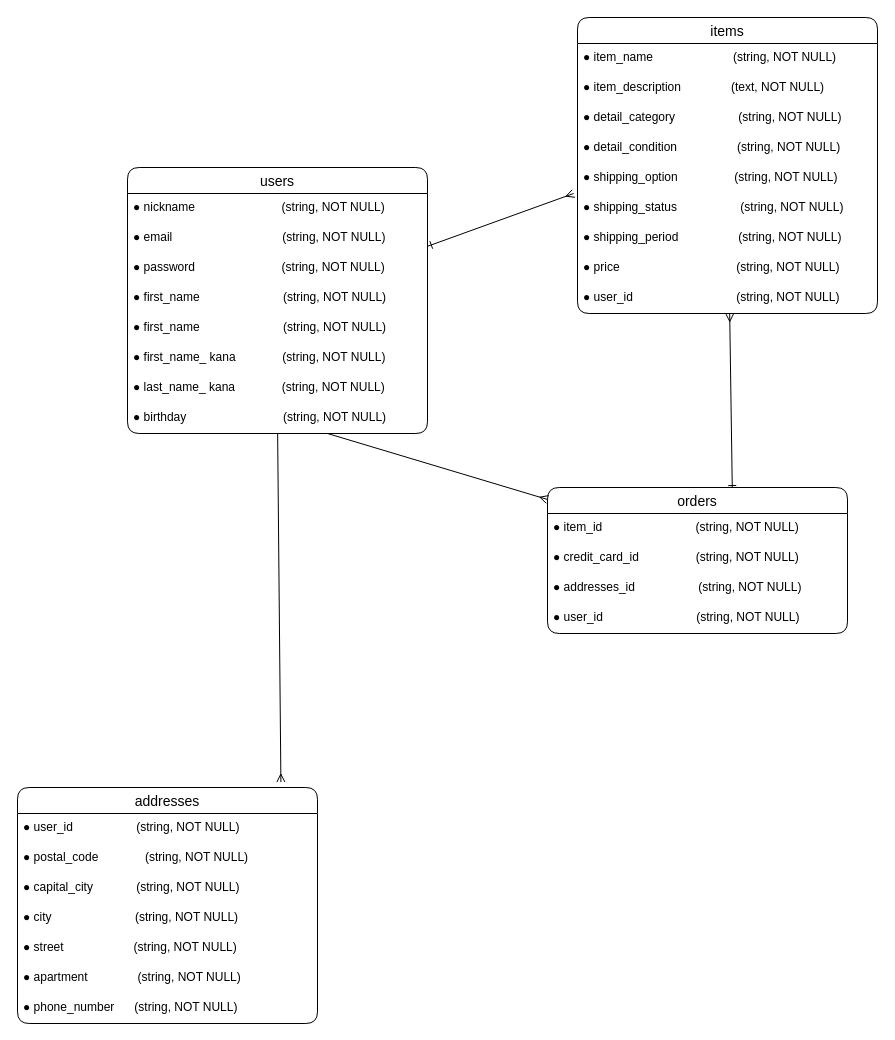
Earlier version of the draw.io diagram page "ER DIAGRAM" (1 of 2) of test.dio (rarapurpose/furima-39176). Source tidied: cells renumbered, new cells numbered last; positions are measured from the earlier drawing's top-left corner, leaving out a move shared by most shapes. Both pictures are drawn from the tidied source at 100%, with x=0, y=0 at pixel (17, 17).
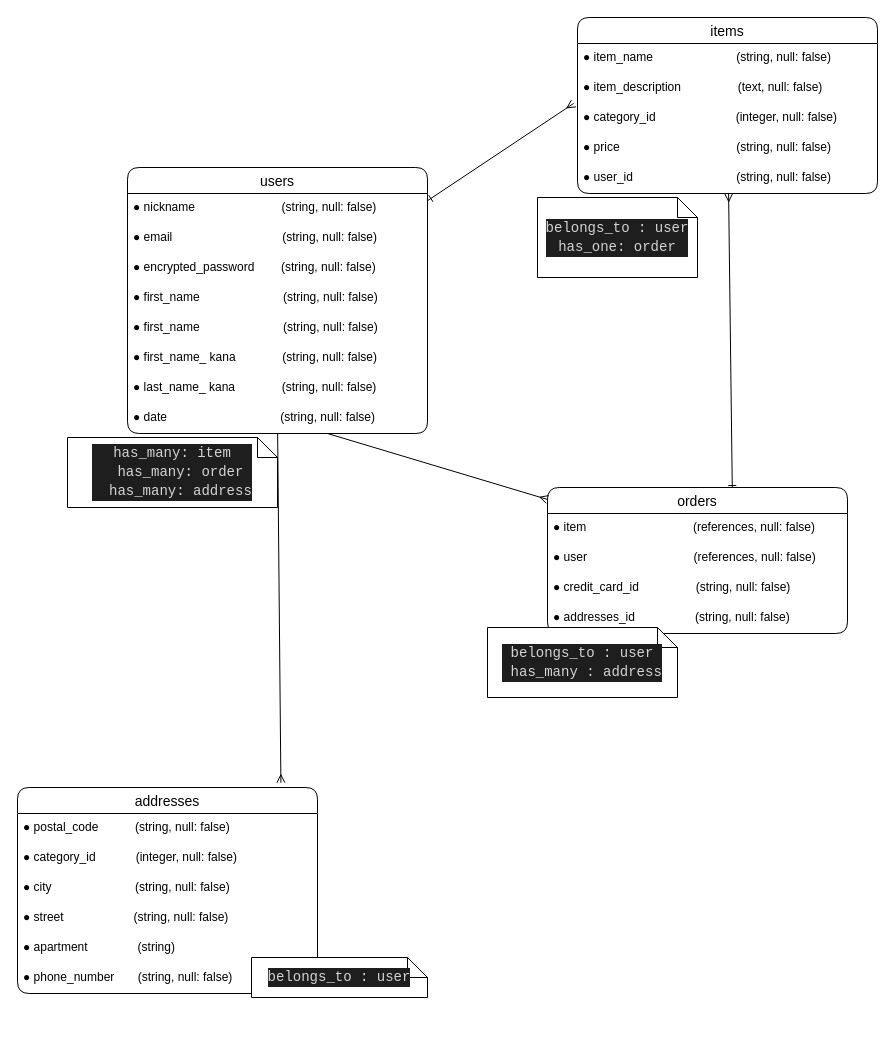
After the change.

The change refers to these unchanged cells:
```xml
<mxCell id="3" value="users" style="swimlane;fontStyle=0;horizontal=1;startSize=26;align=center;fontSize=14;rounded=1;strokeColor=default;" parent="1" vertex="1">
  <mxGeometry x="110" y="150" width="300" height="266" as="geometry" />
</mxCell>
<mxCell id="32" value="orders" style="swimlane;fontStyle=0;horizontal=1;startSize=26;align=center;fontSize=14;rounded=1;" parent="1" vertex="1">
  <mxGeometry x="530" y="470" width="300" height="146" as="geometry" />
</mxCell>
```

What changed in the source:
```diff
@@
-    <mxCell id="2" style="edgeStyle=none;html=1;entryX=-0.013;entryY=0;entryDx=0;entryDy=0;entryPerimeter=0;startArrow=ERone;startFill=0;endArrow=ERmany;endFill=0;" parent="1" edge="1" source="3" target="19">
-      <mxGeometry relative="1" as="geometry" />
+    <mxCell id="2" style="edgeStyle=none;html=1;entryX=-0.013;entryY=0;entryDx=0;entryDy=0;entryPerimeter=0;startArrow=ERone;startFill=0;endArrow=ERmany;endFill=0;" parent="1" edge="1" source="3">
+      <mxGeometry relative="1" as="geometry">
+        <mxPoint x="556.1" y="86" as="targetPoint" />
+      </mxGeometry>
     </mxCell>
@@
-    <mxCell id="4" value="● nickname                          (string, NOT NULL)" style="text;strokeColor=none;fillColor=none;spacingLeft=4;spacingRight=4;overflow=hidden;fontSize=12;rounded=1;" parent="3" vertex="1">
+    <mxCell id="4" value="● nickname                          (string, null: false)" style="text;strokeColor=none;fillColor=none;spacingLeft=4;spacingRight=4;overflow=hidden;fontSize=12;rounded=1;" parent="3" vertex="1">
       <mxGeometry y="26" width="300" height="30" as="geometry" />
     </mxCell>
-    <mxCell id="5" value="● email                                 (string, NOT NULL)" style="text;strokeColor=none;fillColor=none;spacingLeft=4;spacingRight=4;overflow=hidden;fontSize=12;rounded=1;" parent="3" vertex="1">
+    <mxCell id="5" value="● email                                 (string, null: false)" style="text;strokeColor=none;fillColor=none;spacingLeft=4;spacingRight=4;overflow=hidden;fontSize=12;rounded=1;" parent="3" vertex="1">
       <mxGeometry y="56" width="300" height="30" as="geometry" />
     </mxCell>
-    <mxCell id="6" value="● password                          (string, NOT NULL)" style="text;strokeColor=none;fillColor=none;spacingLeft=4;spacingRight=4;overflow=hidden;fontSize=12;rounded=1;" parent="3" vertex="1">
+    <mxCell id="6" value="● encrypted_password        (string, null: false)" style="text;strokeColor=none;fillColor=none;spacingLeft=4;spacingRight=4;overflow=hidden;fontSize=12;rounded=1;" parent="3" vertex="1">
       <mxGeometry y="86" width="300" height="30" as="geometry" />
     </mxCell>
-    <mxCell id="7" value="● first_name                         (string, NOT NULL)" style="text;strokeColor=none;fillColor=none;spacingLeft=4;spacingRight=4;overflow=hidden;fontSize=12;rounded=1;" parent="3" vertex="1">
+    <mxCell id="7" value="● first_name                         (string, null: false)" style="text;strokeColor=none;fillColor=none;spacingLeft=4;spacingRight=4;overflow=hidden;fontSize=12;rounded=1;" parent="3" vertex="1">
       <mxGeometry y="116" width="300" height="30" as="geometry" />
     </mxCell>
-    <mxCell id="8" value="● first_name                         (string, NOT NULL)" style="text;strokeColor=none;fillColor=none;spacingLeft=4;spacingRight=4;overflow=hidden;fontSize=12;rounded=1;" parent="3" vertex="1">
+    <mxCell id="8" value="● first_name                         (string, null: false)" style="text;strokeColor=none;fillColor=none;spacingLeft=4;spacingRight=4;overflow=hidden;fontSize=12;rounded=1;" parent="3" vertex="1">
       <mxGeometry y="146" width="300" height="30" as="geometry" />
     </mxCell>
-    <mxCell id="9" value="● first_name_ kana              (string, NOT NULL)" style="text;strokeColor=none;fillColor=none;spacingLeft=4;spacingRight=4;overflow=hidden;fontSize=12;rounded=1;" parent="3" vertex="1">
+    <mxCell id="9" value="● first_name_ kana              (string, null: false)" style="text;strokeColor=none;fillColor=none;spacingLeft=4;spacingRight=4;overflow=hidden;fontSize=12;rounded=1;" parent="3" vertex="1">
       <mxGeometry y="176" width="300" height="30" as="geometry" />
     </mxCell>
-    <mxCell id="10" value="● last_name_ kana              (string, NOT NULL)" style="text;strokeColor=none;fillColor=none;spacingLeft=4;spacingRight=4;overflow=hidden;fontSize=12;rounded=1;" parent="3" vertex="1">
+    <mxCell id="10" value="● last_name_ kana              (string, null: false)" style="text;strokeColor=none;fillColor=none;spacingLeft=4;spacingRight=4;overflow=hidden;fontSize=12;rounded=1;" parent="3" vertex="1">
       <mxGeometry y="206" width="300" height="30" as="geometry" />
     </mxCell>
-    <mxCell id="11" value="● birthday                             (string, NOT NULL)" style="text;strokeColor=none;fillColor=none;spacingLeft=4;spacingRight=4;overflow=hidden;points=[[0,0.5],[1,0.5]];portConstraint=eastwest;fontSize=12;rounded=1;" parent="3" vertex="1">
+    <mxCell id="11" value="● date                                  (string, null: false)" style="text;strokeColor=none;fillColor=none;spacingLeft=4;spacingRight=4;overflow=hidden;points=[[0,0.5],[1,0.5]];portConstraint=eastwest;fontSize=12;rounded=1;" parent="3" vertex="1">
       <mxGeometry y="236" width="300" height="30" as="geometry" />
     </mxCell>
@@
     <mxCell id="13" value="items" style="swimlane;fontStyle=0;horizontal=1;startSize=26;align=center;fontSize=14;rounded=1;" parent="1" vertex="1">
-      <mxGeometry x="560" width="300" height="296" as="geometry" />
+      <mxGeometry x="560" width="300" height="176" as="geometry" />
     </mxCell>
-    <mxCell id="14" value="● item_name                        (string, NOT NULL)" style="text;strokeColor=none;fillColor=none;spacingLeft=4;spacingRight=4;overflow=hidden;fontSize=12;rounded=1;" parent="13" vertex="1">
+    <mxCell id="14" value="● item_name                         (string, null: false)" style="text;strokeColor=none;fillColor=none;spacingLeft=4;spacingRight=4;overflow=hidden;fontSize=12;rounded=1;" parent="13" vertex="1">
       <mxGeometry y="26" width="300" height="30" as="geometry" />
     </mxCell>
-    <mxCell id="15" value="● item_description               (text, NOT NULL)" style="text;strokeColor=none;fillColor=none;spacingLeft=4;spacingRight=4;overflow=hidden;fontSize=12;rounded=1;" parent="13" vertex="1">
+    <mxCell id="15" value="● item_description                 (text, null: false)" style="text;strokeColor=none;fillColor=none;spacingLeft=4;spacingRight=4;overflow=hidden;fontSize=12;rounded=1;" parent="13" vertex="1">
       <mxGeometry y="56" width="300" height="30" as="geometry" />
     </mxCell>
-    <mxCell id="16" value="● detail_category                   (string, NOT NULL)" style="text;strokeColor=none;fillColor=none;spacingLeft=4;spacingRight=4;overflow=hidden;fontSize=12;rounded=1;" parent="13" vertex="1">
-      <mxGeometry y="86" width="300" height="30" as="geometry" />
-    </mxCell>
-    <mxCell id="17" value="● detail_condition                  (string, NOT NULL)" style="text;strokeColor=none;fillColor=none;spacingLeft=4;spacingRight=4;overflow=hidden;fontSize=12;rounded=1;" parent="13" vertex="1">
-      <mxGeometry y="116" width="300" height="30" as="geometry" />
-    </mxCell>
-    <mxCell id="18" value="● shipping_option                 (string, NOT NULL)" style="text;strokeColor=none;fillColor=none;spacingLeft=4;spacingRight=4;overflow=hidden;fontSize=12;rounded=1;" parent="13" vertex="1">
-      <mxGeometry y="146" width="300" height="30" as="geometry" />
-    </mxCell>
-    <mxCell id="19" value="● shipping_status                   (string, NOT NULL)" style="text;strokeColor=none;fillColor=none;spacingLeft=4;spacingRight=4;overflow=hidden;points=[[0,0.5],[1,0.5]];portConstraint=eastwest;fontSize=12;rounded=1;" parent="13" vertex="1">
-      <mxGeometry y="176" width="300" height="30" as="geometry" />
-    </mxCell>
-    <mxCell id="20" value="● shipping_period                  (string, NOT NULL)" style="text;strokeColor=none;fillColor=none;spacingLeft=4;spacingRight=4;overflow=hidden;fontSize=12;rounded=1;" parent="13" vertex="1">
-      <mxGeometry y="206" width="300" height="30" as="geometry" />
+    <mxCell id="20" value="● category_id                        (integer, null: false)" style="text;strokeColor=none;fillColor=none;spacingLeft=4;spacingRight=4;overflow=hidden;fontSize=12;rounded=1;" parent="13" vertex="1">
+      <mxGeometry y="86" width="300" height="30" as="geometry" />
     </mxCell>
-    <mxCell id="21" value="● price                                   (string, NOT NULL)" style="text;strokeColor=none;fillColor=none;spacingLeft=4;spacingRight=4;overflow=hidden;fontSize=12;rounded=1;" parent="13" vertex="1">
-      <mxGeometry y="236" width="300" height="30" as="geometry" />
+    <mxCell id="21" value="● price                                   (string, null: false)" style="text;strokeColor=none;fillColor=none;spacingLeft=4;spacingRight=4;overflow=hidden;fontSize=12;rounded=1;" parent="13" vertex="1">
+      <mxGeometry y="116" width="300" height="30" as="geometry" />
     </mxCell>
-    <mxCell id="22" value="● user_id                               (string, NOT NULL)" style="text;strokeColor=none;fillColor=none;spacingLeft=4;spacingRight=4;overflow=hidden;fontSize=12;" parent="13" vertex="1">
-      <mxGeometry y="266" width="300" height="30" as="geometry" />
+    <mxCell id="22" value="● user_id                               (string, null: false)" style="text;strokeColor=none;fillColor=none;spacingLeft=4;spacingRight=4;overflow=hidden;fontSize=12;" parent="13" vertex="1">
+      <mxGeometry y="146" width="300" height="30" as="geometry" />
     </mxCell>
     <mxCell id="23" value="addresses" style="swimlane;fontStyle=0;horizontal=1;startSize=26;align=center;fontSize=14;rounded=1;" parent="1" vertex="1">
-      <mxGeometry y="770" width="300" height="236" as="geometry" />
+      <mxGeometry y="770" width="300" height="206" as="geometry" />
     </mxCell>
-    <mxCell id="24" value="● user_id                   (string, NOT NULL)" style="text;strokeColor=none;fillColor=none;spacingLeft=4;spacingRight=4;overflow=hidden;fontSize=12;rounded=1;" parent="23" vertex="1">
-      <mxGeometry y="26" width="300" height="30" as="geometry" />
-    </mxCell>
-    <mxCell id="25" value="● postal_code              (string, NOT NULL)" style="text;strokeColor=none;fillColor=none;spacingLeft=4;spacingRight=4;overflow=hidden;fontSize=12;rounded=1;" parent="23" vertex="1">
-      <mxGeometry y="56" width="300" height="30" as="geometry" />
+    <mxCell id="25" value="● postal_code           (string, null: false)" style="text;strokeColor=none;fillColor=none;spacingLeft=4;spacingRight=4;overflow=hidden;fontSize=12;rounded=1;" parent="23" vertex="1">
+      <mxGeometry y="26" width="300" height="30" as="geometry" />
     </mxCell>
-    <mxCell id="26" value="● capital_city             (string, NOT NULL)" style="text;strokeColor=none;fillColor=none;spacingLeft=4;spacingRight=4;overflow=hidden;fontSize=12;rounded=1;" parent="23" vertex="1">
-      <mxGeometry y="86" width="300" height="30" as="geometry" />
+    <mxCell id="26" value="● category_id            (integer, null: false)" style="text;strokeColor=none;fillColor=none;spacingLeft=4;spacingRight=4;overflow=hidden;fontSize=12;rounded=1;" parent="23" vertex="1">
+      <mxGeometry y="56" width="300" height="30" as="geometry" />
     </mxCell>
-    <mxCell id="27" value="● city                         (string, NOT NULL)" style="text;strokeColor=none;fillColor=none;spacingLeft=4;spacingRight=4;overflow=hidden;fontSize=12;rounded=1;" parent="23" vertex="1">
-      <mxGeometry y="116" width="300" height="30" as="geometry" />
+    <mxCell id="27" value="● city                         (string, null: false)" style="text;strokeColor=none;fillColor=none;spacingLeft=4;spacingRight=4;overflow=hidden;fontSize=12;rounded=1;" parent="23" vertex="1">
+      <mxGeometry y="86" width="300" height="30" as="geometry" />
     </mxCell>
-    <mxCell id="28" value="● street                     (string, NOT NULL)" style="text;strokeColor=none;fillColor=none;spacingLeft=4;spacingRight=4;overflow=hidden;fontSize=12;rounded=1;" parent="23" vertex="1">
-      <mxGeometry y="146" width="300" height="30" as="geometry" />
+    <mxCell id="28" value="● street                     (string, null: false)" style="text;strokeColor=none;fillColor=none;spacingLeft=4;spacingRight=4;overflow=hidden;fontSize=12;rounded=1;" parent="23" vertex="1">
+      <mxGeometry y="116" width="300" height="30" as="geometry" />
     </mxCell>
-    <mxCell id="29" value="● apartment               (string, NOT NULL)" style="text;strokeColor=none;fillColor=none;spacingLeft=4;spacingRight=4;overflow=hidden;fontSize=12;rounded=1;" parent="23" vertex="1">
-      <mxGeometry y="176" width="300" height="30" as="geometry" />
+    <mxCell id="29" value="● apartment               (string)" style="text;strokeColor=none;fillColor=none;spacingLeft=4;spacingRight=4;overflow=hidden;fontSize=12;rounded=1;" parent="23" vertex="1">
+      <mxGeometry y="146" width="300" height="30" as="geometry" />
     </mxCell>
-    <mxCell id="30" value="● phone_number      (string, NOT NULL)" style="text;strokeColor=none;fillColor=none;spacingLeft=4;spacingRight=4;overflow=hidden;fontSize=12;rounded=1;" parent="23" vertex="1">
-      <mxGeometry y="206" width="300" height="30" as="geometry" />
+    <mxCell id="30" value="● phone_number       (string, null: false)" style="text;strokeColor=none;fillColor=none;spacingLeft=4;spacingRight=4;overflow=hidden;fontSize=12;rounded=1;" parent="23" vertex="1">
+      <mxGeometry y="176" width="300" height="30" as="geometry" />
     </mxCell>
@@
-    <mxCell id="33" value="● item_id                            (string, NOT NULL)" style="text;strokeColor=none;fillColor=none;spacingLeft=4;spacingRight=4;overflow=hidden;fontSize=12;rounded=1;" parent="32" vertex="1">
+    <mxCell id="33" value="● item                                (references, null: false)" style="text;strokeColor=none;fillColor=none;spacingLeft=4;spacingRight=4;overflow=hidden;fontSize=12;rounded=1;" parent="32" vertex="1">
       <mxGeometry y="26" width="300" height="30" as="geometry" />
     </mxCell>
+    <mxCell id="36" value="● user                                (references, null: false)" style="text;strokeColor=none;fillColor=none;spacingLeft=4;spacingRight=4;overflow=hidden;fontSize=12;" parent="32" vertex="1">
+      <mxGeometry y="56" width="300" height="30" as="geometry" />
+    </mxCell>
-    <mxCell id="34" value="● credit_card_id                 (string, NOT NULL)" style="text;strokeColor=none;fillColor=none;spacingLeft=4;spacingRight=4;overflow=hidden;fontSize=12;" parent="32" vertex="1">
-      <mxGeometry y="56" width="300" height="30" as="geometry" />
+    <mxCell id="34" value="● credit_card_id                 (string, null: false)" style="text;strokeColor=none;fillColor=none;spacingLeft=4;spacingRight=4;overflow=hidden;fontSize=12;" parent="32" vertex="1">
+      <mxGeometry y="86" width="300" height="30" as="geometry" />
     </mxCell>
-    <mxCell id="35" value="● addresses_id                   (string, NOT NULL)" style="text;strokeColor=none;fillColor=none;spacingLeft=4;spacingRight=4;overflow=hidden;fontSize=12;" parent="32" vertex="1">
-      <mxGeometry y="86" width="300" height="30" as="geometry" />
+    <mxCell id="35" value="● addresses_id                  (string, null: false)" style="text;strokeColor=none;fillColor=none;spacingLeft=4;spacingRight=4;overflow=hidden;fontSize=12;" parent="32" vertex="1">
+      <mxGeometry y="116" width="300" height="30" as="geometry" />
     </mxCell>
-    <mxCell id="36" value="● user_id                            (string, NOT NULL)" style="text;strokeColor=none;fillColor=none;spacingLeft=4;spacingRight=4;overflow=hidden;fontSize=12;" parent="32" vertex="1">
-      <mxGeometry y="116" width="300" height="30" as="geometry" />
-    </mxCell>
@@
+    <mxCell id="38" value="&lt;div style=&quot;color: rgb(212, 212, 212); background-color: rgb(30, 30, 30); font-family: Consolas, &amp;quot;Courier New&amp;quot;, monospace; font-size: 14px; line-height: 19px;&quot;&gt;belongs_to : user&lt;/div&gt;" style="shape=note;size=20;whiteSpace=wrap;html=1;" parent="1" vertex="1">
+      <mxGeometry x="234" y="940" width="176" height="40" as="geometry" />
+    </mxCell>
+    <mxCell id="39" value="&lt;div style=&quot;color: rgb(212, 212, 212); background-color: rgb(30, 30, 30); font-family: Consolas, &amp;quot;Courier New&amp;quot;, monospace; font-size: 14px; line-height: 19px;&quot;&gt;&lt;div&gt;has_many: item&lt;/div&gt;&lt;div&gt;&amp;nbsp;&amp;nbsp;has_many: order&lt;/div&gt;&lt;div&gt;&amp;nbsp;&amp;nbsp;has_many: address&lt;/div&gt;&lt;/div&gt;" style="shape=note;size=20;whiteSpace=wrap;html=1;" parent="1" vertex="1">
+      <mxGeometry x="50" y="420" width="210" height="70" as="geometry" />
+    </mxCell>
+    <mxCell id="40" value="&lt;div style=&quot;color: rgb(212, 212, 212); background-color: rgb(30, 30, 30); font-family: Consolas, &amp;quot;Courier New&amp;quot;, monospace; font-size: 14px; line-height: 19px;&quot;&gt;&lt;div&gt;belongs_to : user&lt;/div&gt;&lt;div&gt;&amp;nbsp;has_many : address&lt;/div&gt;&lt;/div&gt;" style="shape=note;size=20;whiteSpace=wrap;html=1;" parent="1" vertex="1">
+      <mxGeometry x="470" y="610" width="190" height="70" as="geometry" />
+    </mxCell>
+    <mxCell id="41" value="&lt;div style=&quot;color: rgb(212, 212, 212); background-color: rgb(30, 30, 30); font-family: Consolas, &amp;quot;Courier New&amp;quot;, monospace; font-size: 14px; line-height: 19px;&quot;&gt;&lt;div&gt;belongs_to : user&lt;/div&gt;&lt;div&gt;has_one: order&lt;/div&gt;&lt;/div&gt;" style="shape=note;size=20;whiteSpace=wrap;html=1;" parent="1" vertex="1">
+      <mxGeometry x="520" y="180" width="160" height="80" as="geometry" />
+    </mxCell>
```
